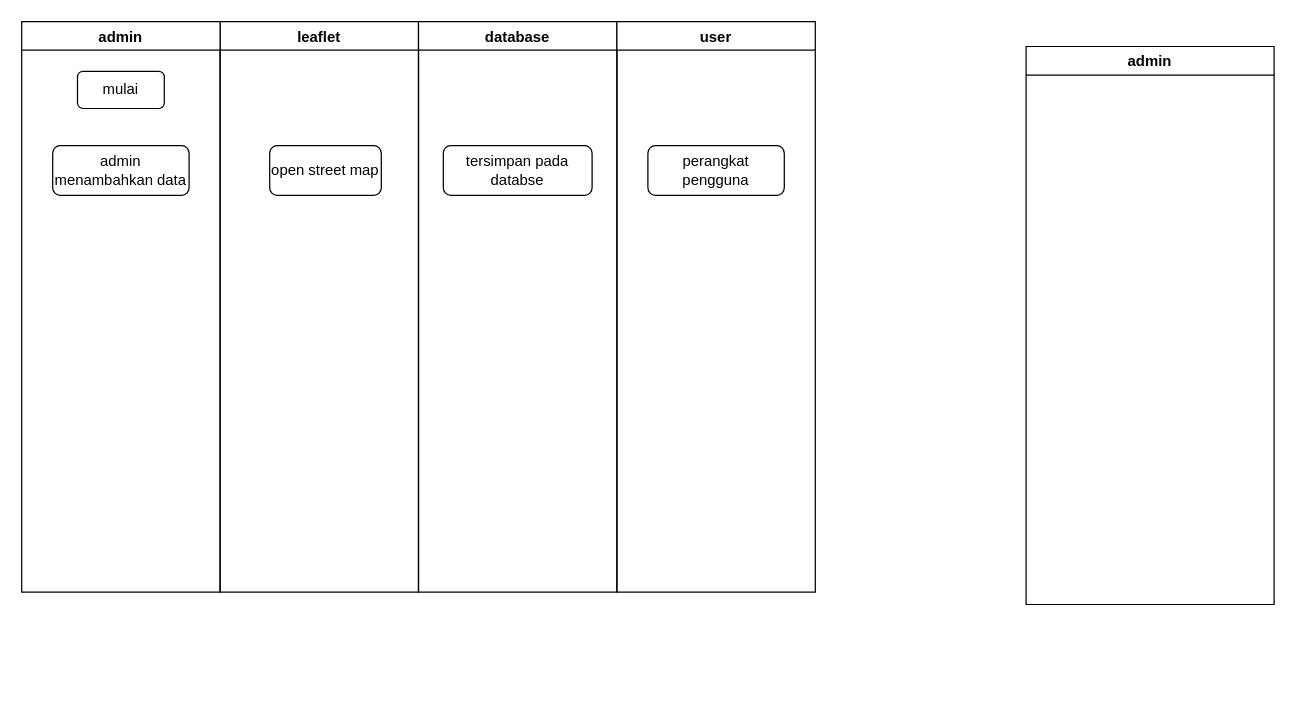
Aripin2401/backend-ci keeps this draw.io diagram as Diagram Tanpa Judul.drawio. Above is the earlier version. Source tidied: cells renumbered, new cells numbered last; positions are measured from the earlier drawing's top-left corner, leaving out a move shared by most shapes. Both pictures are drawn from the tidied source at 124%, with x=0, y=0 at pixel (21, 21).
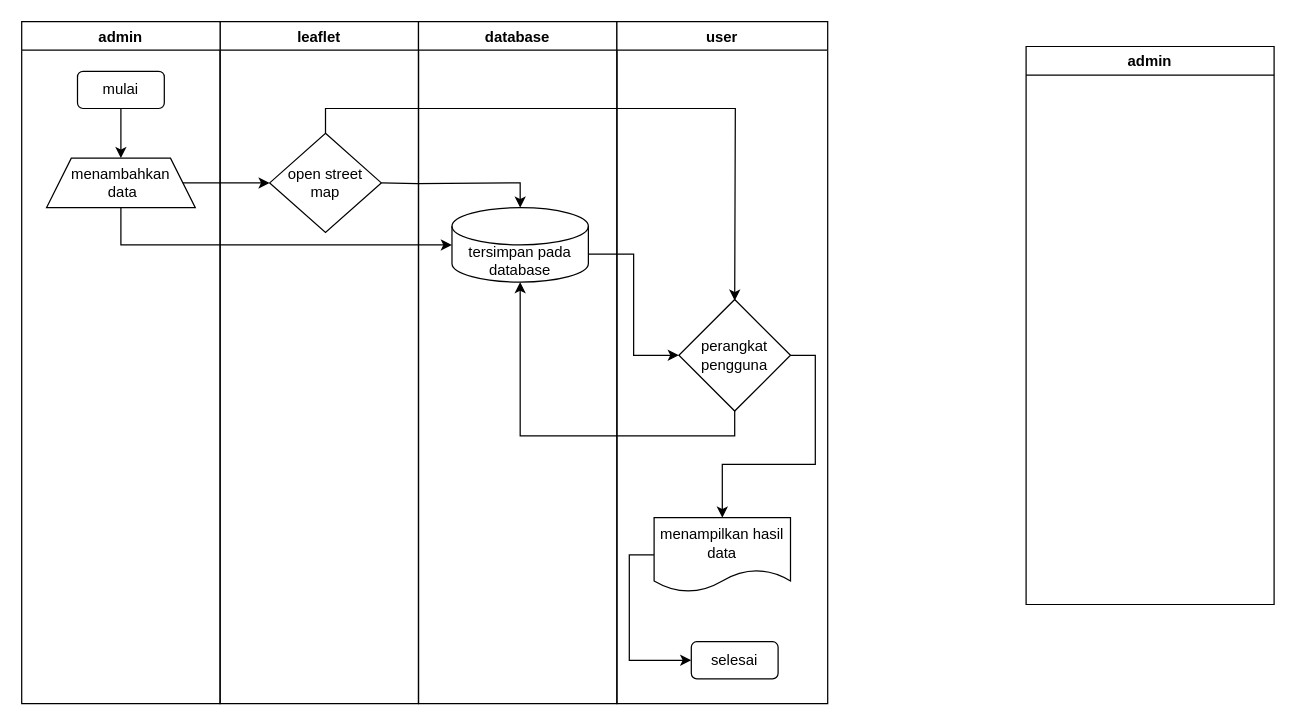
The same diagram, later.

Unchanged cells that the change refers to:
```xml
<mxCell id="8" value="mulai" style="rounded=1;whiteSpace=wrap;html=1;" parent="7" vertex="1">
  <mxGeometry x="45" y="40" width="70" height="30" as="geometry" />
</mxCell>
```

Diff of the diagram source:
```diff
@@
     <mxCell id="3" value="leaflet" style="swimlane;" parent="1" vertex="1">
-      <mxGeometry x="160" width="160" height="460" as="geometry" />
+      <mxGeometry x="160" width="160" height="550" as="geometry" />
     </mxCell>
-    <mxCell id="4" value="open street map" style="rounded=1;whiteSpace=wrap;html=1;" parent="3" vertex="1">
-      <mxGeometry x="40" y="100" width="90" height="40" as="geometry" />
+    <mxCell id="4" value="open street&lt;br&gt;map" style="rhombus;whiteSpace=wrap;html=1;" parent="3" vertex="1">
+      <mxGeometry x="40" y="90" width="90" height="80" as="geometry" />
     </mxCell>
     <mxCell id="5" value="database" style="swimlane;" parent="1" vertex="1">
-      <mxGeometry x="320" width="160" height="460" as="geometry" />
+      <mxGeometry x="320" width="160" height="550" as="geometry" />
     </mxCell>
-    <mxCell id="6" value="tersimpan pada databse" style="rounded=1;whiteSpace=wrap;html=1;" parent="5" vertex="1">
-      <mxGeometry x="20" y="100" width="120" height="40" as="geometry" />
-    </mxCell>
+    <mxCell id="12" value="tersimpan pada database" style="shape=cylinder3;whiteSpace=wrap;html=1;boundedLbl=1;backgroundOutline=1;size=15;" parent="5" vertex="1">
+      <mxGeometry x="27" y="150" width="110" height="60" as="geometry" />
+    </mxCell>
     <mxCell id="7" value="admin" style="swimlane;" parent="1" vertex="1">
-      <mxGeometry width="160" height="460" as="geometry" />
+      <mxGeometry width="160" height="550" as="geometry" />
     </mxCell>
+    <mxCell id="13" style="edgeStyle=orthogonalEdgeStyle;rounded=0;jettySize=auto;html=1;exitX=0.5;exitY=1;exitDx=0;exitDy=0;entryX=0.5;entryY=0;entryDx=0;entryDy=0;" parent="7" edge="1" source="8" target="14">
+      <mxGeometry relative="1" as="geometry" />
+    </mxCell>
@@
-    <mxCell id="9" value="admin menambahkan data" style="rounded=1;whiteSpace=wrap;html=1;" parent="7" vertex="1">
-      <mxGeometry x="25" y="100" width="110" height="40" as="geometry" />
-    </mxCell>
+    <mxCell id="14" value="menambahkan&lt;br&gt;&amp;nbsp;data" style="shape=trapezoid;perimeter=trapezoidPerimeter;whiteSpace=wrap;html=1;fixedSize=1;" parent="7" vertex="1">
+      <mxGeometry x="20" y="110" width="120" height="40" as="geometry" />
+    </mxCell>
     <mxCell id="10" value="user" style="swimlane;" parent="1" vertex="1">
-      <mxGeometry x="480" width="160" height="460" as="geometry" />
+      <mxGeometry x="480" width="170" height="550" as="geometry" />
     </mxCell>
+    <mxCell id="15" style="edgeStyle=orthogonalEdgeStyle;rounded=0;jettySize=auto;html=1;exitX=1;exitY=0.5;exitDx=0;exitDy=0;entryX=0.5;entryY=0;entryDx=0;entryDy=0;" parent="10" edge="1" source="11" target="17">
+      <mxGeometry relative="1" as="geometry" />
+    </mxCell>
-    <mxCell id="11" value="perangkat pengguna" style="rounded=1;whiteSpace=wrap;html=1;" parent="10" vertex="1">
-      <mxGeometry x="25" y="100" width="110" height="40" as="geometry" />
+    <mxCell id="11" value="perangkat pengguna" style="rhombus;whiteSpace=wrap;html=1;" parent="10" vertex="1">
+      <mxGeometry x="50" y="224" width="90" height="90" as="geometry" />
     </mxCell>
+    <mxCell id="16" style="edgeStyle=orthogonalEdgeStyle;rounded=0;jettySize=auto;html=1;exitX=0;exitY=0.5;exitDx=0;exitDy=0;entryX=0;entryY=0.5;entryDx=0;entryDy=0;" parent="10" edge="1" source="17" target="18">
+      <mxGeometry relative="1" as="geometry" />
+    </mxCell>
+    <mxCell id="17" value="menampilkan hasil data" style="shape=document;whiteSpace=wrap;html=1;boundedLbl=1;" parent="10" vertex="1">
+      <mxGeometry x="30" y="400" width="110" height="60" as="geometry" />
+    </mxCell>
+    <mxCell id="18" value="selesai" style="rounded=1;whiteSpace=wrap;html=1;" parent="10" vertex="1">
+      <mxGeometry x="60" y="500" width="70" height="30" as="geometry" />
+    </mxCell>
+    <mxCell id="19" style="edgeStyle=orthogonalEdgeStyle;rounded=0;jettySize=auto;html=1;exitX=1;exitY=0.5;exitDx=0;exitDy=0;entryX=0;entryY=0.5;entryDx=0;entryDy=0;" parent="1" edge="1" source="14">
+      <mxGeometry relative="1" as="geometry">
+        <mxPoint x="200" y="130" as="targetPoint" />
+      </mxGeometry>
+    </mxCell>
+    <mxCell id="20" style="edgeStyle=orthogonalEdgeStyle;rounded=0;jettySize=auto;html=1;exitX=0.5;exitY=1;exitDx=0;exitDy=0;" parent="1" edge="1" source="14" target="12">
+      <mxGeometry relative="1" as="geometry" />
+    </mxCell>
+    <mxCell id="21" style="edgeStyle=orthogonalEdgeStyle;rounded=0;jettySize=auto;html=1;exitX=1;exitY=0.5;exitDx=0;exitDy=0;entryX=0.5;entryY=0;entryDx=0;entryDy=0;entryPerimeter=0;" parent="1" edge="1" target="12">
+      <mxGeometry relative="1" as="geometry">
+        <mxPoint x="290" y="130" as="sourcePoint" />
+      </mxGeometry>
+    </mxCell>
+    <mxCell id="22" style="edgeStyle=orthogonalEdgeStyle;rounded=0;jettySize=auto;html=1;exitX=0.5;exitY=0;exitDx=0;exitDy=0;entryX=0.5;entryY=0;entryDx=0;entryDy=0;" parent="1" edge="1" source="4">
+      <mxGeometry relative="1" as="geometry">
+        <mxPoint x="575" y="225" as="targetPoint" />
+      </mxGeometry>
+    </mxCell>
+    <mxCell id="23" style="edgeStyle=orthogonalEdgeStyle;rounded=0;jettySize=auto;html=1;exitX=0.5;exitY=1;exitDx=0;exitDy=0;entryX=0.5;entryY=1;entryDx=0;entryDy=0;entryPerimeter=0;" parent="1" edge="1" source="11" target="12">
+      <mxGeometry relative="1" as="geometry" />
+    </mxCell>
+    <mxCell id="24" style="edgeStyle=orthogonalEdgeStyle;rounded=0;jettySize=auto;html=1;exitX=1;exitY=0;exitDx=0;exitDy=37.5;exitPerimeter=0;entryX=0;entryY=0.5;entryDx=0;entryDy=0;" parent="1" edge="1" source="12" target="11">
+      <mxGeometry relative="1" as="geometry" />
+    </mxCell>
```
